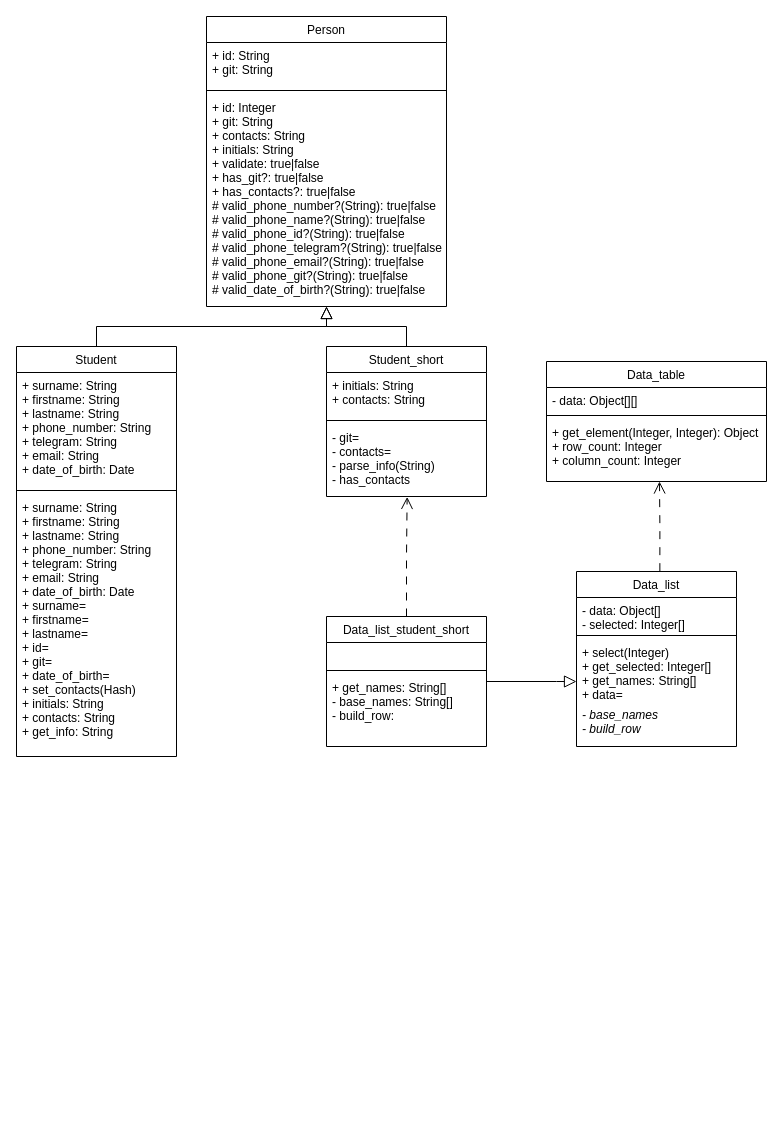
This is Student/media/class_diagram.drawio from VavakinV/design-patterns, a draw.io file, before an edit. Source tidied: cells renumbered, new cells numbered last; positions are measured from the earlier drawing's top-left corner, leaving out a move shared by most shapes. Both pictures are drawn from the tidied source at 100%, with x=0, y=0 at pixel (16, 16).
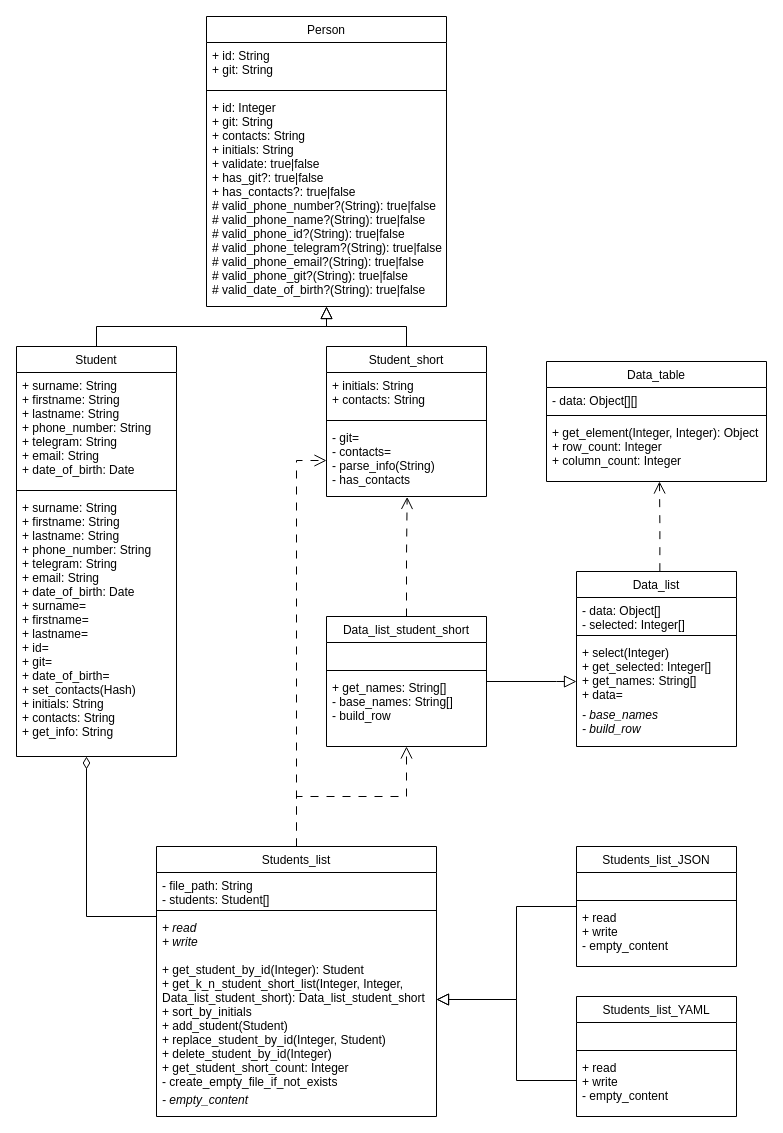
The same diagram, later.

The change refers to these unchanged cells:
```xml
<mxCell id="14" value="- git=&#10;- contacts=&#10;- parse_info(String)&#10;- has_contacts&#10;" style="text;align=left;verticalAlign=top;spacingLeft=4;spacingRight=4;overflow=hidden;points=[[0,0.5],[1,0.5]];portConstraint=eastwest;" parent="11" vertex="1">
  <mxGeometry y="78" width="160" height="72" as="geometry" />
</mxCell>
<mxCell id="17" value="Data_list_student_short" style="swimlane;fontStyle=0;align=center;verticalAlign=top;horizontal=1;startSize=26;rounded=0;shadow=0;strokeWidth=1;" parent="1" vertex="1">
  <mxGeometry x="310" y="600" width="160" height="130" as="geometry" />
</mxCell>
```

What changed in the source:
```diff
@@
-    <mxCell id="20" value="+ get_names: String[]&#10;- base_names: String[]&#10;- build_row: &#10;" style="text;align=left;verticalAlign=top;spacingLeft=4;spacingRight=4;overflow=hidden;" parent="17" vertex="1">
+    <mxCell id="20" value="+ get_names: String[]&#10;- base_names: String[]&#10;- build_row &#10;" style="text;align=left;verticalAlign=top;spacingLeft=4;spacingRight=4;overflow=hidden;" parent="17" vertex="1">
       <mxGeometry y="58" width="160" height="72" as="geometry" />
     </mxCell>
@@
+    <mxCell id="32" value="Students_list" style="swimlane;fontStyle=0;align=center;verticalAlign=top;horizontal=1;startSize=26;rounded=0;shadow=0;strokeWidth=1;" parent="1" vertex="1">
+      <mxGeometry x="140" y="830" width="280" height="270" as="geometry" />
+    </mxCell>
+    <mxCell id="33" value="- file_path: String&#10;- students: Student[]&#10;" style="text;align=left;verticalAlign=top;spacingLeft=4;spacingRight=4;overflow=hidden;" parent="32" vertex="1">
+      <mxGeometry y="26" width="280" height="34" as="geometry" />
+    </mxCell>
+    <mxCell id="34" style="line;html=1;strokeWidth=1;align=left;verticalAlign=middle;spacingTop=-1;spacingLeft=3;spacingRight=3;labelPosition=right;" parent="32" vertex="1">
+      <mxGeometry y="60" width="280" height="8" as="geometry" />
+    </mxCell>
+    <mxCell id="35" value="+ read&#10;+ write&#10;" style="text;align=left;verticalAlign=top;spacingLeft=4;spacingRight=4;overflow=hidden;fontStyle=2;" parent="32" vertex="1">
+      <mxGeometry y="68" width="280" height="42" as="geometry" />
+    </mxCell>
+    <mxCell id="36" value="+ get_student_by_id(Integer): Student&#10;+ get_k_n_student_short_list(Integer, Integer, &#10;Data_list_student_short): Data_list_student_short&#10;+ sort_by_initials&#10;+ add_student(Student)&#10;+ replace_student_by_id(Integer, Student)&#10;+ delete_student_by_id(Integer)&#10;+ get_student_short_count: Integer&#10;- create_empty_file_if_not_exists&#10;&#10;" style="text;align=left;verticalAlign=top;spacingLeft=4;spacingRight=4;overflow=hidden;points=[[0,0.5],[1,0.5]];portConstraint=eastwest;fontSize=12;" parent="32" vertex="1">
+      <mxGeometry y="110" width="280" height="130" as="geometry" />
+    </mxCell>
+    <mxCell id="37" value="- empty_content" style="text;align=left;verticalAlign=top;spacingLeft=4;spacingRight=4;overflow=hidden;fontStyle=2;" parent="32" vertex="1">
+      <mxGeometry y="240" width="280" height="30" as="geometry" />
+    </mxCell>
+    <mxCell id="38" style="edgeStyle=orthogonalEdgeStyle;rounded=0;jettySize=auto;html=1;endArrow=open;endFill=0;dashed=1;dashPattern=8 8;endSize=10;exitX=0.5;exitY=0;exitDx=0;exitDy=0;" parent="1" edge="1" source="32" target="14">
+      <mxGeometry relative="1" as="geometry" />
+    </mxCell>
+    <mxCell id="39" style="edgeStyle=orthogonalEdgeStyle;rounded=0;jettySize=auto;html=1;endArrow=diamondThin;endFill=0;endSize=10;" parent="1" edge="1" source="32">
+      <mxGeometry relative="1" as="geometry">
+        <mxPoint x="70" y="740" as="targetPoint" />
+        <Array as="points">
+          <mxPoint x="70" y="900" />
+        </Array>
+      </mxGeometry>
+    </mxCell>
+    <mxCell id="40" style="edgeStyle=orthogonalEdgeStyle;rounded=0;jettySize=auto;html=1;endArrow=open;endFill=0;dashed=1;dashPattern=8 8;endSize=10;" parent="1" edge="1" target="17">
+      <mxGeometry relative="1" as="geometry">
+        <mxPoint x="280" y="830" as="sourcePoint" />
+        <Array as="points">
+          <mxPoint x="280" y="780" />
+          <mxPoint x="390" y="780" />
+        </Array>
+      </mxGeometry>
+    </mxCell>
+    <mxCell id="41" value="Students_list_JSON" style="swimlane;fontStyle=0;align=center;verticalAlign=top;horizontal=1;startSize=26;rounded=0;shadow=0;strokeWidth=1;" parent="1" vertex="1">
+      <mxGeometry x="560" y="830" width="160" height="120" as="geometry" />
+    </mxCell>
+    <mxCell id="42" value="&#10;&#10;" style="text;align=left;verticalAlign=top;spacingLeft=4;spacingRight=4;overflow=hidden;" parent="41" vertex="1">
+      <mxGeometry y="26" width="160" height="24" as="geometry" />
+    </mxCell>
+    <mxCell id="43" style="line;html=1;strokeWidth=1;align=left;verticalAlign=middle;spacingTop=-1;spacingLeft=3;spacingRight=3;labelPosition=right;" parent="41" vertex="1">
+      <mxGeometry y="50" width="160" height="8" as="geometry" />
+    </mxCell>
+    <mxCell id="44" value="+ read&#10;+ write&#10;- empty_content&#10;" style="text;align=left;verticalAlign=top;spacingLeft=4;spacingRight=4;overflow=hidden;" parent="41" vertex="1">
+      <mxGeometry y="58" width="160" height="62" as="geometry" />
+    </mxCell>
+    <mxCell id="45" value="Students_list_YAML" style="swimlane;fontStyle=0;align=center;verticalAlign=top;horizontal=1;startSize=26;rounded=0;shadow=0;strokeWidth=1;" parent="1" vertex="1">
+      <mxGeometry x="560" y="980" width="160" height="120" as="geometry" />
+    </mxCell>
+    <mxCell id="46" value="&#10;&#10;" style="text;align=left;verticalAlign=top;spacingLeft=4;spacingRight=4;overflow=hidden;" parent="45" vertex="1">
+      <mxGeometry y="26" width="160" height="24" as="geometry" />
+    </mxCell>
+    <mxCell id="47" style="line;html=1;strokeWidth=1;align=left;verticalAlign=middle;spacingTop=-1;spacingLeft=3;spacingRight=3;labelPosition=right;" parent="45" vertex="1">
+      <mxGeometry y="50" width="160" height="8" as="geometry" />
+    </mxCell>
+    <mxCell id="48" value="+ read&#10;+ write&#10;- empty_content&#10;" style="text;align=left;verticalAlign=top;spacingLeft=4;spacingRight=4;overflow=hidden;points=[[0,0.5],[1,0.5]];portConstraint=eastwest;" parent="45" vertex="1">
+      <mxGeometry y="58" width="160" height="52" as="geometry" />
+    </mxCell>
+    <mxCell id="49" style="edgeStyle=orthogonalEdgeStyle;rounded=0;jettySize=auto;html=1;endArrow=block;endFill=0;endSize=10;" parent="1" edge="1" source="41" target="36">
+      <mxGeometry relative="1" as="geometry">
+        <Array as="points">
+          <mxPoint x="500" y="890" />
+          <mxPoint x="500" y="983" />
+        </Array>
+      </mxGeometry>
+    </mxCell>
+    <mxCell id="50" style="edgeStyle=orthogonalEdgeStyle;rounded=0;jettySize=auto;html=1;endArrow=block;endFill=0;endSize=10;exitX=0;exitY=0.5;exitDx=0;exitDy=0;" parent="1" edge="1" source="48">
+      <mxGeometry relative="1" as="geometry">
+        <mxPoint x="420" y="983" as="targetPoint" />
+        <Array as="points">
+          <mxPoint x="500" y="1064" />
+          <mxPoint x="500" y="983" />
+        </Array>
+      </mxGeometry>
+    </mxCell>
```
